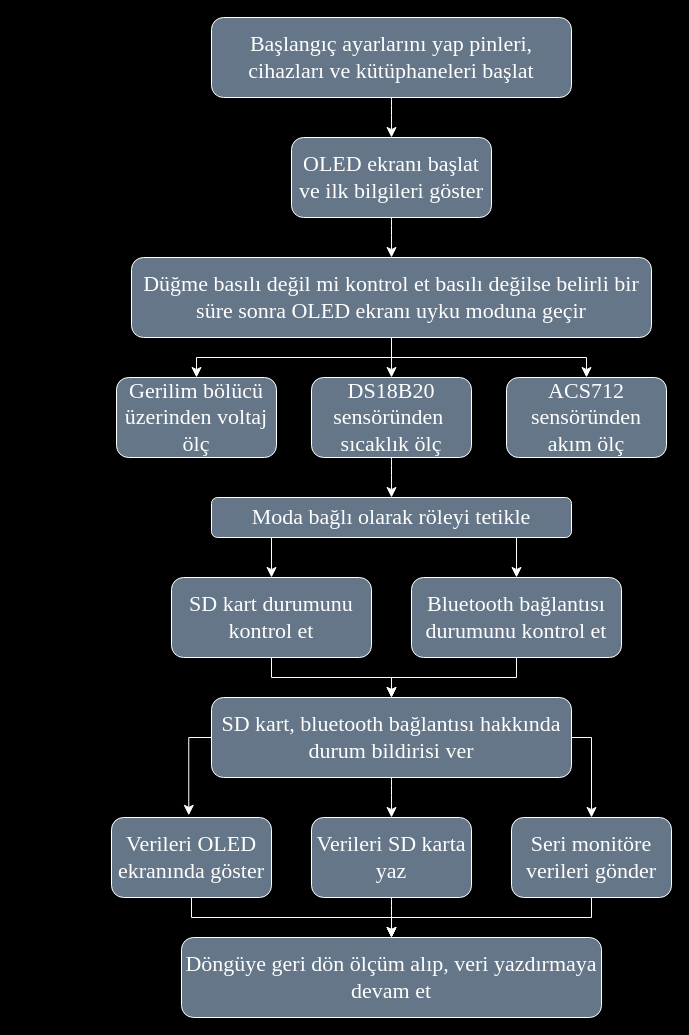
Earlier version of the draw.io diagram page "Page-2" (2 of 3) of Smart_Battery_Charge_Measurement_IC.drawio (BugraGulmez/Draw.io). Source tidied: cells renumbered, new cells numbered last; positions are measured from the earlier drawing's top-left corner, leaving out a move shared by most shapes. Both pictures are drawn from the tidied source at 100%, with x=0, y=0 at pixel (111, 17).
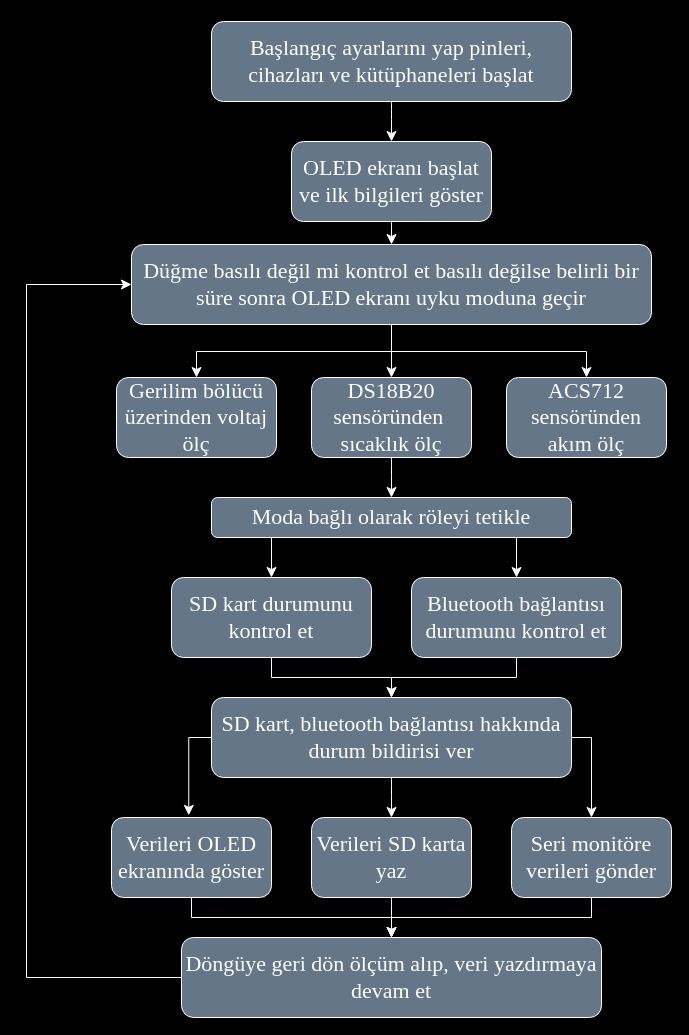
After the change.

The change refers to these unchanged cells:
```xml
<mxCell id="6" value="Gerilim bölücü üzerinden voltaj ölç " style="rounded=1;whiteSpace=wrap;html=1;labelBackgroundColor=none;fillColor=#647687;strokeColor=#FFFFFF;fontColor=#ffffff;fontSize=22;fontFamily=Times New Roman;" parent="1" vertex="1">
  <mxGeometry x="5" y="360" width="160" height="80" as="geometry" />
</mxCell>
<mxCell id="8" value="DS18B20 sensöründen&amp;nbsp; sıcaklık ölç   " style="rounded=1;whiteSpace=wrap;html=1;labelBackgroundColor=none;fillColor=#647687;strokeColor=#FFFFFF;fontColor=#ffffff;fontSize=22;fontFamily=Times New Roman;" parent="1" vertex="1">
  <mxGeometry x="200" y="360" width="160" height="80" as="geometry" />
</mxCell>
<mxCell id="9" value="ACS712 sensöründen akım ölç  " style="rounded=1;whiteSpace=wrap;html=1;labelBackgroundColor=none;fillColor=#647687;strokeColor=#FFFFFF;fontColor=#ffffff;fontSize=22;fontFamily=Times New Roman;" parent="1" vertex="1">
  <mxGeometry x="395" y="360" width="160" height="80" as="geometry" />
</mxCell>
<mxCell id="27" value="Döngüye geri dön ölçüm alıp, veri yazdırmaya devam et" style="rounded=1;whiteSpace=wrap;html=1;labelBackgroundColor=none;fillColor=#647687;strokeColor=#FFFFFF;fontColor=#ffffff;fontSize=22;fontFamily=Times New Roman;" parent="1" vertex="1">
  <mxGeometry x="70" y="920" width="420" height="80" as="geometry" />
</mxCell>
```

Diff of the diagram source:
```diff
@@
     <mxCell id="3" value=" Başlangıç ayarlarını yap pinleri, cihazları ve kütüphaneleri başlat" style="rounded=1;whiteSpace=wrap;html=1;labelBackgroundColor=none;fillColor=#647687;strokeColor=#FFFFFF;fontColor=#ffffff;fontSize=22;fontFamily=Times New Roman;" parent="1" vertex="1">
-      <mxGeometry x="100" width="360" height="80" as="geometry" />
+      <mxGeometry x="100" y="4" width="360" height="80" as="geometry" />
     </mxCell>
@@
     <mxCell id="5" value="OLED ekranı başlat ve ilk bilgileri göster" style="rounded=1;whiteSpace=wrap;html=1;labelBackgroundColor=none;fillColor=#647687;strokeColor=#FFFFFF;fontColor=#ffffff;fontSize=22;fontFamily=Times New Roman;" parent="1" vertex="1">
-      <mxGeometry x="180" y="120" width="200" height="80" as="geometry" />
+      <mxGeometry x="180" y="124" width="200" height="80" as="geometry" />
     </mxCell>
@@
-    <mxCell id="29" style="edgeStyle=elbowEdgeStyle;rounded=0;jettySize=auto;html=1;entryX=0.5;entryY=0;entryDx=0;entryDy=0;fontSize=22;startSize=8;endSize=8;elbow=vertical;fontFamily=Times New Roman;strokeColor=#FFFFFF;" parent="1" edge="1" source="32" target="6">
-      <mxGeometry relative="1" as="geometry" />
-    </mxCell>
-    <mxCell id="30" style="edgeStyle=none;curved=1;rounded=0;jettySize=auto;html=1;entryX=0.5;entryY=0;entryDx=0;entryDy=0;fontSize=22;startSize=8;endSize=8;fontFamily=Times New Roman;strokeColor=#FFFFFF;" parent="1" edge="1" source="32" target="8">
+    <mxCell id="30" style="edgeStyle=none;curved=1;rounded=0;jettySize=auto;html=1;fontSize=12;startSize=8;endSize=8;strokeColor=#FFFFFF;" parent="1" edge="1" source="32" target="8">
       <mxGeometry relative="1" as="geometry" />
     </mxCell>
-    <mxCell id="31" style="edgeStyle=elbowEdgeStyle;rounded=0;jettySize=auto;html=1;entryX=0.5;entryY=0;entryDx=0;entryDy=0;fontSize=22;startSize=8;endSize=8;elbow=vertical;fontFamily=Times New Roman;strokeColor=#FFFFFF;" parent="1" edge="1" source="32" target="9">
+    <mxCell id="31" style="edgeStyle=elbowEdgeStyle;rounded=0;jettySize=auto;html=1;entryX=0.5;entryY=0;entryDx=0;entryDy=0;fontSize=12;startSize=8;endSize=8;elbow=vertical;strokeColor=#FFFFFF;" parent="1" edge="1" source="32" target="9">
       <mxGeometry relative="1" as="geometry" />
     </mxCell>
     <mxCell id="32" value="Düğme basılı değil mi kontrol et basılı değilse belirli bir süre sonra OLED ekranı uyku moduna geçir" style="rounded=1;whiteSpace=wrap;html=1;labelBackgroundColor=none;fillColor=#647687;strokeColor=#FFFFFF;fontColor=#ffffff;fontSize=22;fontFamily=Times New Roman;gradientColor=none;" parent="1" vertex="1">
-      <mxGeometry x="20" y="240" width="520" height="80" as="geometry" />
+      <mxGeometry x="20" y="227" width="520" height="80" as="geometry" />
     </mxCell>
+    <mxCell id="33" style="edgeStyle=elbowEdgeStyle;elbow=horizontal;endArrow=classic;html=1;curved=0;rounded=0;endSize=8;startSize=8;fontSize=12;" parent="1" edge="1">
+      <mxGeometry relative="1" as="geometry">
+        <mxPoint x="-68" y="406" as="sourcePoint" />
+        <mxPoint x="-18" y="356" as="targetPoint" />
+      </mxGeometry>
+    </mxCell>
+    <mxCell id="34" style="edgeStyle=elbowEdgeStyle;elbow=horizontal;endArrow=classic;html=1;curved=0;rounded=0;endSize=8;startSize=8;fontSize=12;strokeColor=#FFFFFF;exitX=0;exitY=0.5;exitDx=0;exitDy=0;entryX=0;entryY=0.5;entryDx=0;entryDy=0;" parent="1" edge="1" source="27" target="32">
+      <mxGeometry relative="1" as="geometry">
+        <Array as="points">
+          <mxPoint x="-85" y="363" />
+        </Array>
+      </mxGeometry>
+    </mxCell>
+    <mxCell id="29" style="edgeStyle=elbowEdgeStyle;rounded=0;jettySize=auto;html=1;entryX=0.5;entryY=0;entryDx=0;entryDy=0;fontSize=12;startSize=8;endSize=8;elbow=vertical;strokeColor=#FFFFFF;exitX=0.5;exitY=1;exitDx=0;exitDy=0;" parent="1" edge="1" source="32" target="6">
+      <mxGeometry relative="1" as="geometry" />
+    </mxCell>
```
